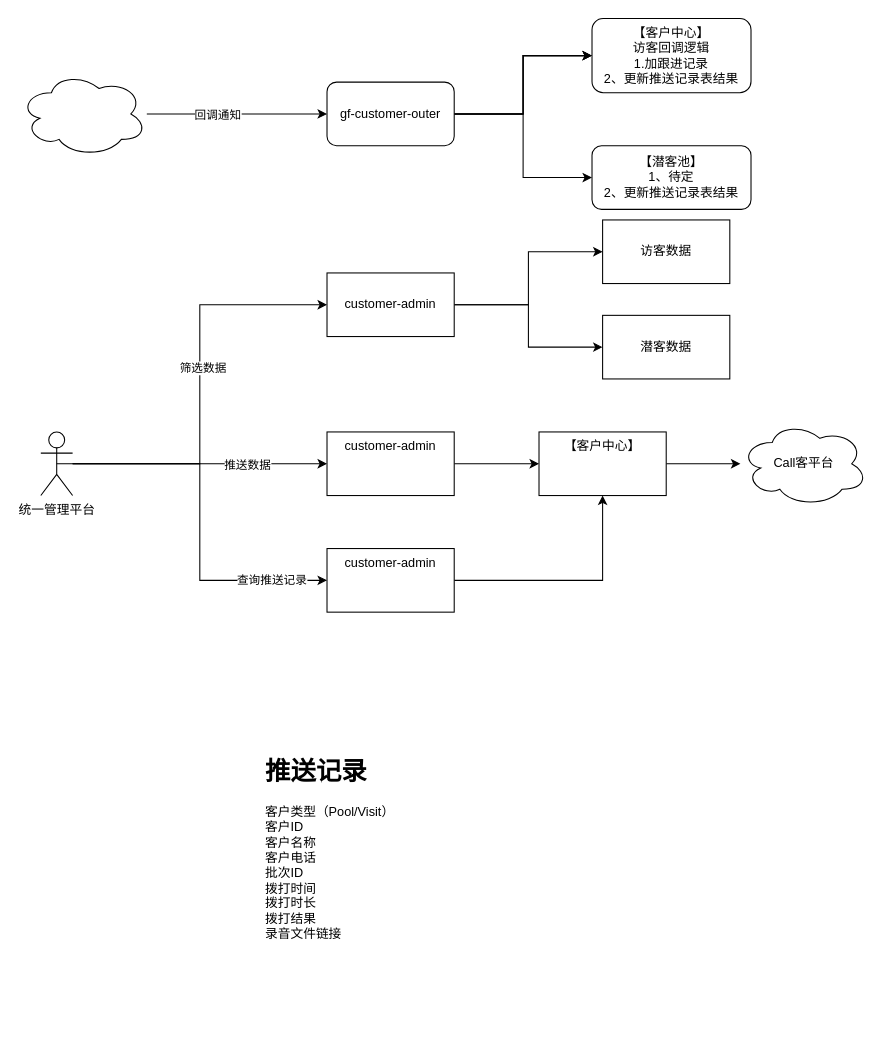
Above: page "AI Call 客" (5 of 5) of 客户中心.drawio in juesuchen/diagrams (draw.io), before the change. Source tidied: cells renumbered, new cells numbered last; positions are measured from the earlier drawing's top-left corner, leaving out a move shared by most shapes. Both pictures are drawn from the tidied source at 106%, with x=0, y=0 at pixel (19, 18).
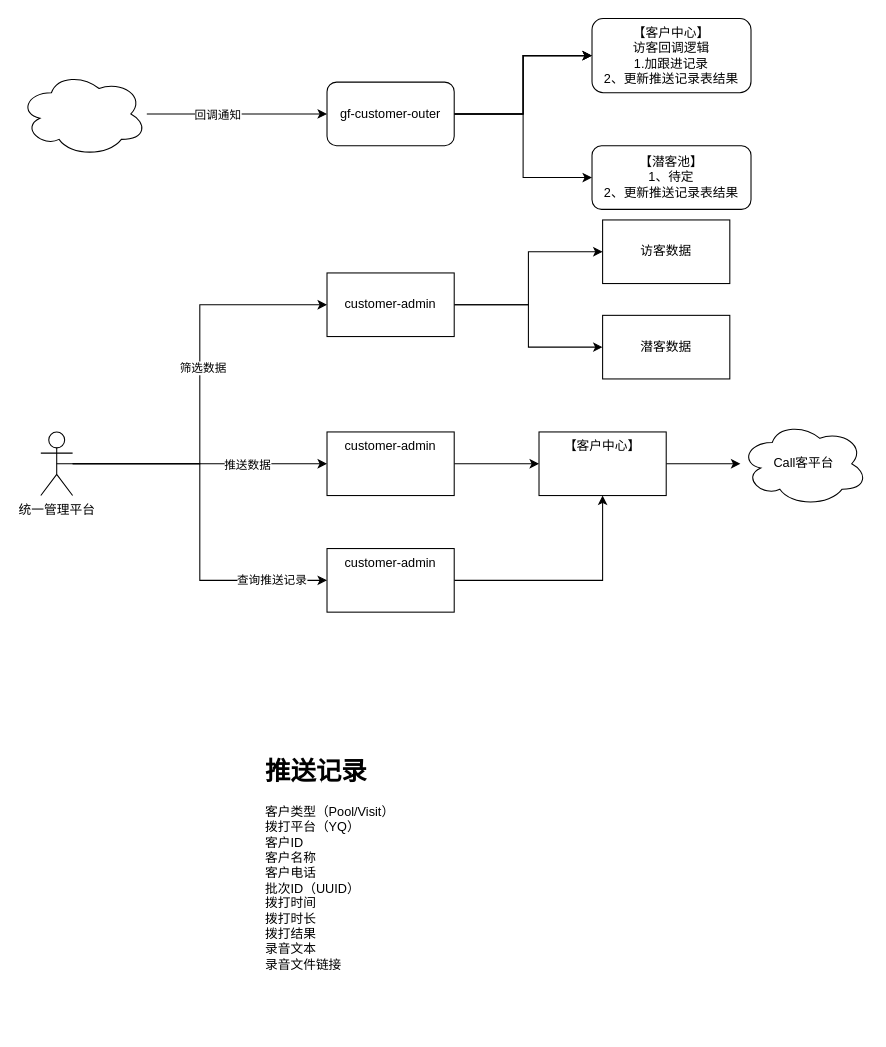
The same diagram, later.

Commit message:
更新客户中心.drawio

The edit, as a diff of the source:
```diff
@@
-    <mxCell id="31" value="&lt;h1 style=&quot;margin-top: 0px;&quot;&gt;推送记录&lt;/h1&gt;&lt;div&gt;客户类型（Pool/Visit）&lt;/div&gt;&lt;div&gt;客户ID&lt;/div&gt;&lt;div&gt;客户名称&lt;/div&gt;&lt;div&gt;客户电话&lt;/div&gt;&lt;div&gt;批次ID&lt;/div&gt;&lt;div&gt;拨打时间&lt;/div&gt;&lt;div&gt;拨打时长&lt;/div&gt;&lt;div&gt;拨打结果&lt;/div&gt;&lt;div&gt;录音文件链接&lt;/div&gt;" style="text;html=1;whiteSpace=wrap;overflow=hidden;rounded=0;" parent="1" vertex="1">
+    <mxCell id="31" value="&lt;h1 style=&quot;margin-top: 0px;&quot;&gt;推送记录&lt;/h1&gt;&lt;div&gt;客户类型（Pool/Visit）&lt;/div&gt;&lt;div&gt;拨打平台（YQ）&lt;/div&gt;&lt;div&gt;客户ID&lt;/div&gt;&lt;div&gt;客户名称&lt;/div&gt;&lt;div&gt;客户电话&lt;/div&gt;&lt;div&gt;批次ID（UUID）&lt;/div&gt;&lt;div&gt;拨打时间&lt;/div&gt;&lt;div&gt;拨打时长&lt;/div&gt;&lt;div&gt;拨打结果&lt;/div&gt;&lt;div&gt;录音文本&lt;/div&gt;&lt;div&gt;录音文件链接&lt;/div&gt;" style="text;html=1;whiteSpace=wrap;overflow=hidden;rounded=0;" parent="1" vertex="1">
       <mxGeometry x="230" y="690" width="210" height="260" as="geometry" />
     </mxCell>
```
